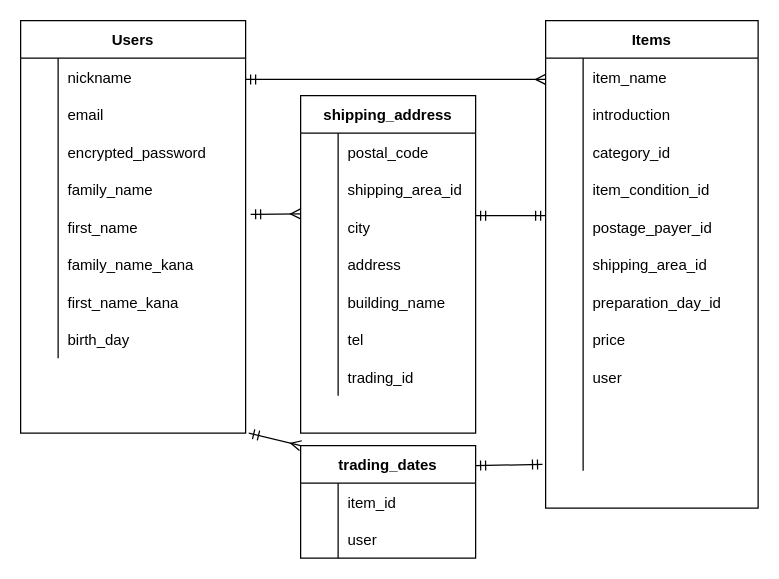
Earlier version of the draw.io diagram furima.dio (CKougami/furima-37663). Source tidied: cells renumbered, new cells numbered last; positions are measured from the earlier drawing's top-left corner, leaving out a move shared by most shapes. Both pictures are drawn from the tidied source at 125%, with x=0, y=0 at pixel (20, 20).
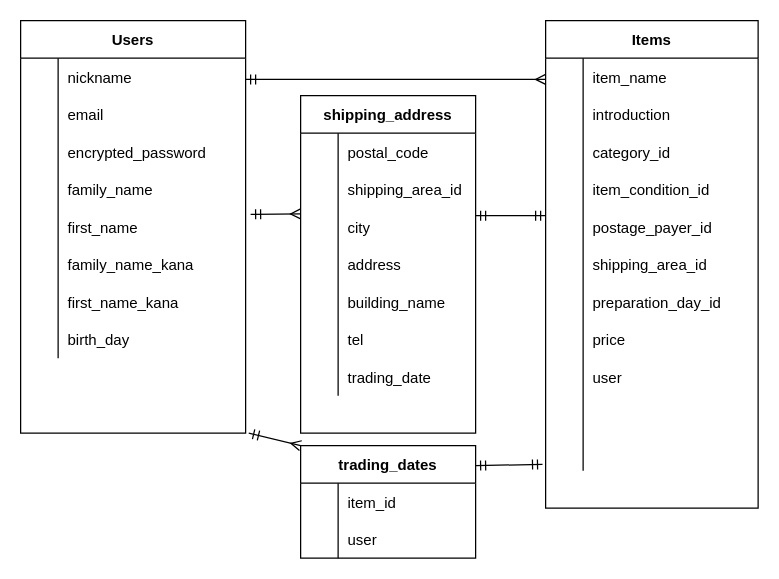
The same page after the edit.

Commit message (it also covers changes not shown here):
データベース設計（shipping_address）

カラム名を「trading_date」へ修正しました

The change refers to these unchanged cells:
```xml
<mxCell id="91" style="shape=partialRectangle;fillColor=none;top=0;left=0;bottom=0;right=0;" parent="72" vertex="1">
  <mxGeometry y="210" width="140" height="30" as="geometry" />
</mxCell>
```

Change to the diagram source:
```diff
@@
-    <mxCell id="93" value="trading_id" style="shape=partialRectangle;fillColor=none;top=0;left=0;bottom=0;right=0;align=left;spacingLeft=6;overflow=hidden;" parent="91" vertex="1">
+    <mxCell id="93" value="trading_date" style="shape=partialRectangle;fillColor=none;top=0;left=0;bottom=0;right=0;align=left;spacingLeft=6;overflow=hidden;" parent="91" vertex="1">
       <mxGeometry x="30" width="110" height="30" as="geometry" />
     </mxCell>
```
